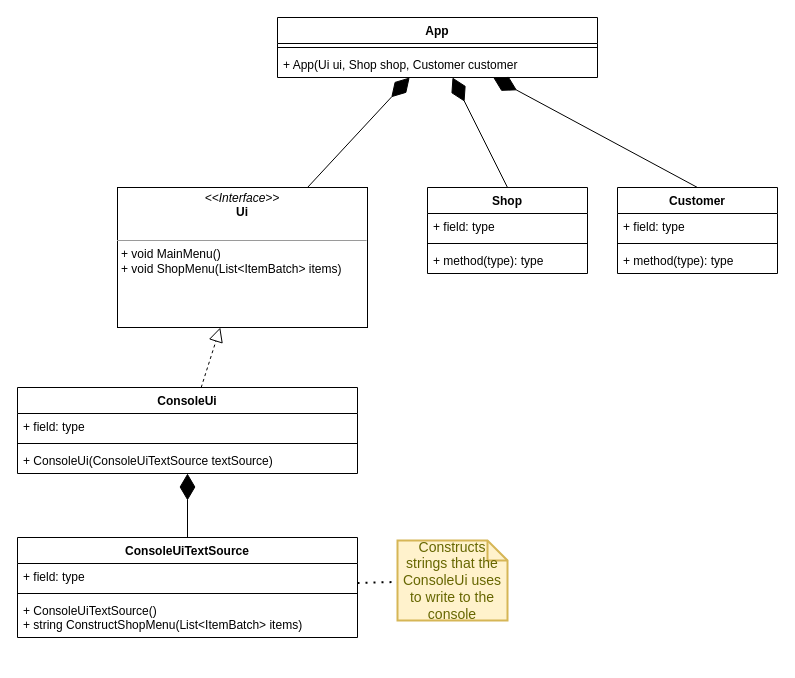
Earlier version of the draw.io diagram doc/Design.drawio (mirogon/TddShop). Source tidied: cells renumbered, new cells numbered last; positions are measured from the earlier drawing's top-left corner, leaving out a move shared by most shapes. Both pictures are drawn from the tidied source at 100%, with x=0, y=0 at pixel (17, 17).
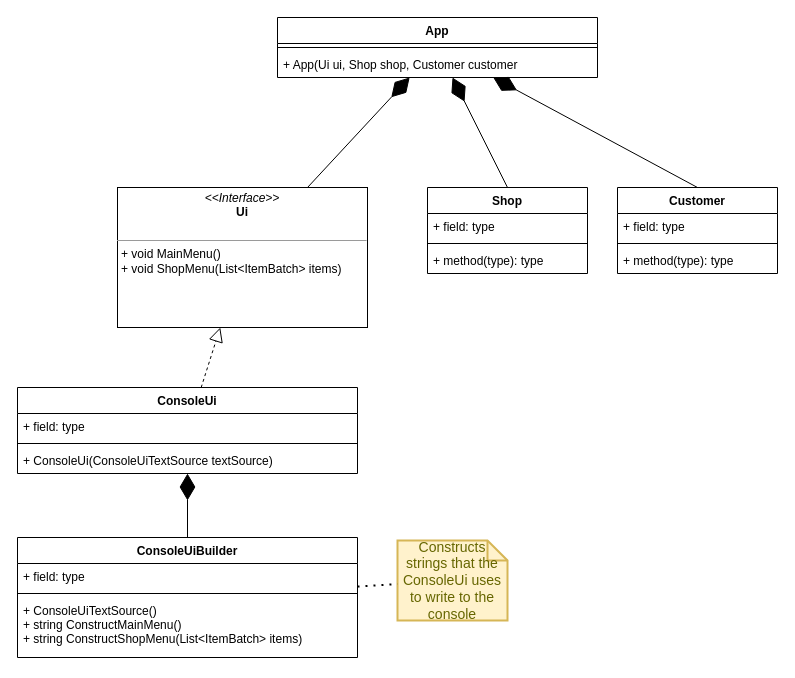
The same diagram, later.

Change to the diagram source:
```diff
@@
-    <mxCell id="22" value="ConsoleUiTextSource" style="swimlane;fontStyle=1;align=center;verticalAlign=top;horizontal=1;startSize=26;" parent="1" vertex="1">
-      <mxGeometry y="520" width="340" height="100" as="geometry" />
+    <mxCell id="22" value="ConsoleUiBuilder" style="swimlane;fontStyle=1;align=center;verticalAlign=top;horizontal=1;startSize=26;" parent="1" vertex="1">
+      <mxGeometry y="520" width="340" height="120" as="geometry" />
     </mxCell>
@@
-    <mxCell id="25" value="+ ConsoleUiTextSource()&#10;+ string ConstructShopMenu(List&lt;ItemBatch&gt; items)" style="text;strokeColor=none;fillColor=none;align=left;verticalAlign=top;spacingLeft=4;spacingRight=4;overflow=hidden;" parent="22" vertex="1">
-      <mxGeometry y="60" width="340" height="40" as="geometry" />
+    <mxCell id="25" value="+ ConsoleUiTextSource()&#10;+ string ConstructMainMenu()&#10;+ string ConstructShopMenu(List&lt;ItemBatch&gt; items)" style="text;strokeColor=none;fillColor=none;align=left;verticalAlign=top;spacingLeft=4;spacingRight=4;overflow=hidden;" parent="22" vertex="1">
+      <mxGeometry y="60" width="340" height="60" as="geometry" />
     </mxCell>
```
